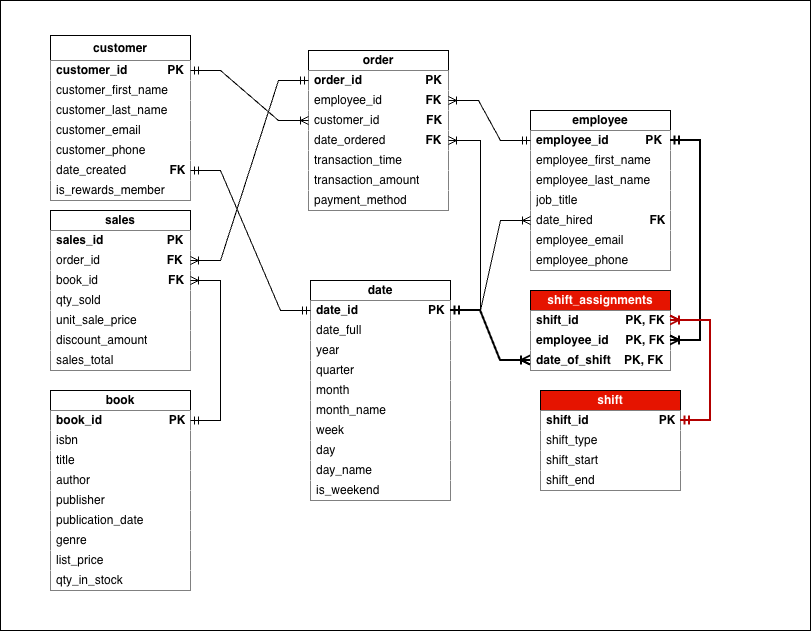
The draw.io diagram 02_activities/assignments/Cohort_8/assignment2_erd_logic.png in UofT-DSI/sql, before a commit. Source tidied: cells renumbered, new cells last; positions are measured from the earlier drawing's top-left corner, leaving out a move shared by most shapes.
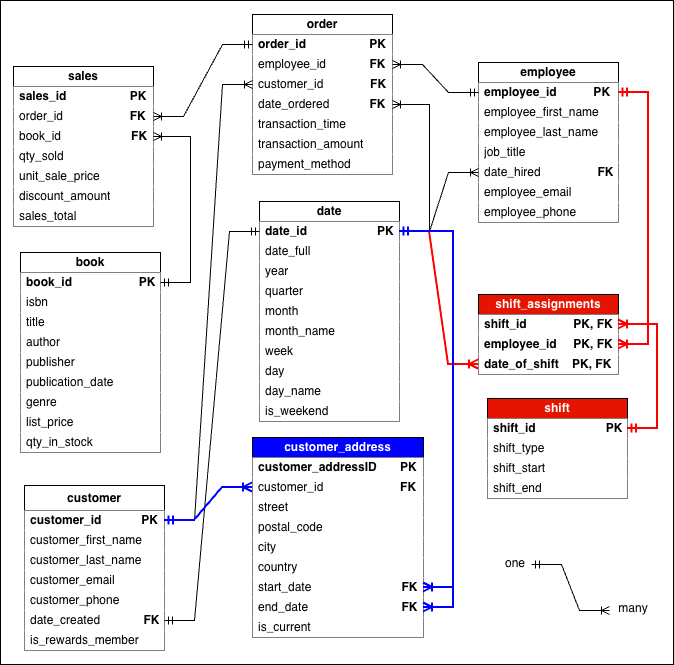
Above is the later version.

Commit message:
Updated answers + ERD for Section 1 Prompt 3

Diff of the diagram source:
```diff
@@ -3,10 +3,10 @@
     <mxCell id="0" />
     <mxCell id="1" parent="0" />
     <mxCell id="2" style="rounded=0;whiteSpace=wrap;html=1;fillColor=light-dark(#FFFFFF,#FFFFFF);" parent="1" vertex="1">
-      <mxGeometry width="810" height="630" as="geometry" />
+      <mxGeometry x="46" y="-47" width="673" height="664" as="geometry" />
     </mxCell>
     <mxCell id="3" value="&lt;b&gt;employee&lt;/b&gt;" style="swimlane;fontStyle=0;horizontal=1;startSize=20;whiteSpace=wrap;html=1;fontColor=light-dark(#000000,#000000);strokeColor=light-dark(#000000,#000000);fillColor=light-dark(#FFFFFF,#FFFFFF);strokeWidth=1;" parent="1" vertex="1">
-      <mxGeometry x="530" y="110" width="140" height="160" as="geometry" />
+      <mxGeometry x="524" y="15" width="140" height="160" as="geometry" />
     </mxCell>
     <mxCell id="4" value="employee_id&amp;nbsp; &amp;nbsp; &amp;nbsp; &amp;nbsp; &amp;nbsp; &amp;nbsp;PK" style="text;strokeColor=none;fillColor=light-dark(#FFFFFF,#FFFFFF);align=left;verticalAlign=middle;spacingLeft=4;spacingRight=4;overflow=hidden;points=[[0,0.5],[1,0.5]];portConstraint=eastwest;whiteSpace=wrap;html=1;fontStyle=1;fontColor=light-dark(#000000,#000000);" parent="3" vertex="1">
       <mxGeometry y="20" width="140" height="20" as="geometry" />
@@ -30,7 +30,7 @@
       <mxGeometry y="140" width="140" height="20" as="geometry" />
     </mxCell>
     <mxCell id="11" value="&lt;b&gt;book&lt;/b&gt;" style="swimlane;fontStyle=0;horizontal=1;startSize=20;whiteSpace=wrap;html=1;fontColor=light-dark(#000000,#000000);strokeColor=light-dark(#000000,#000000);fillColor=light-dark(#FFFFFF,#FFFFFF);strokeWidth=1;" parent="1" vertex="1">
-      <mxGeometry x="50" y="390" width="140" height="200" as="geometry" />
+      <mxGeometry x="66" y="205" width="140" height="200" as="geometry" />
     </mxCell>
     <mxCell id="12" value="book_id&amp;nbsp; &amp;nbsp; &amp;nbsp; &amp;nbsp; &amp;nbsp; &amp;nbsp; &amp;nbsp; &amp;nbsp; &amp;nbsp; &amp;nbsp; PK" style="text;strokeColor=none;fillColor=light-dark(#FFFFFF,#FFFFFF);align=left;verticalAlign=middle;spacingLeft=4;spacingRight=4;overflow=hidden;points=[[0,0.5],[1,0.5]];portConstraint=eastwest;whiteSpace=wrap;html=1;fontStyle=1;fontColor=light-dark(#000000,#000000);" parent="11" vertex="1">
       <mxGeometry y="20" width="140" height="20" as="geometry" />
@@ -60,7 +60,7 @@
       <mxGeometry y="180" width="140" height="20" as="geometry" />
     </mxCell>
     <mxCell id="21" value="&lt;b&gt;customer&lt;/b&gt;" style="swimlane;fontStyle=0;horizontal=1;startSize=25;whiteSpace=wrap;html=1;fontColor=light-dark(#000000,#000000);strokeColor=light-dark(#000000,#000000);fillColor=light-dark(#FFFFFF,#FFFFFF);strokeWidth=1;" parent="1" vertex="1">
-      <mxGeometry x="50" y="35" width="140" height="165" as="geometry" />
+      <mxGeometry x="70" y="438" width="140" height="165" as="geometry" />
     </mxCell>
     <mxCell id="22" value="customer_id&amp;nbsp; &amp;nbsp; &amp;nbsp; &amp;nbsp; &amp;nbsp; &amp;nbsp; PK" style="text;strokeColor=none;fillColor=light-dark(#FFFFFF,#FFFFFF);align=left;verticalAlign=middle;spacingLeft=4;spacingRight=4;overflow=hidden;points=[[0,0.5],[1,0.5]];portConstraint=eastwest;whiteSpace=wrap;html=1;fontStyle=1;fontColor=light-dark(#000000,#000000);" parent="21" vertex="1">
       <mxGeometry y="25" width="140" height="20" as="geometry" />
@@ -84,7 +84,7 @@
       <mxGeometry y="145" width="140" height="20" as="geometry" />
     </mxCell>
     <mxCell id="29" value="&lt;b&gt;date&lt;/b&gt;" style="swimlane;fontStyle=0;horizontal=1;startSize=20;whiteSpace=wrap;html=1;fontColor=light-dark(#000000,#000000);strokeColor=light-dark(#000000,#000000);fillColor=light-dark(#FFFFFF,#FFFFFF);strokeWidth=1;" parent="1" vertex="1">
-      <mxGeometry x="310" y="280" width="140" height="220" as="geometry" />
+      <mxGeometry x="305" y="154" width="140" height="220" as="geometry" />
     </mxCell>
     <mxCell id="30" value="date_id&amp;nbsp; &amp;nbsp; &amp;nbsp; &amp;nbsp; &amp;nbsp; &amp;nbsp; &amp;nbsp; &amp;nbsp; &amp;nbsp; &amp;nbsp; &amp;nbsp;PK" style="text;strokeColor=none;fillColor=light-dark(#FFFFFF,#FFFFFF);align=left;verticalAlign=middle;spacingLeft=4;spacingRight=4;overflow=hidden;points=[[0,0.5],[1,0.5]];portConstraint=eastwest;whiteSpace=wrap;html=1;fontStyle=1;fontColor=light-dark(#000000,#000000);" parent="29" vertex="1">
       <mxGeometry y="20" width="140" height="20" as="geometry" />
@@ -117,7 +117,7 @@
       <mxGeometry y="200" width="140" height="20" as="geometry" />
     </mxCell>
     <mxCell id="40" value="&lt;b&gt;sales&lt;/b&gt;" style="swimlane;fontStyle=0;horizontal=1;startSize=20;whiteSpace=wrap;html=1;fontColor=light-dark(#000000,#000000);strokeColor=light-dark(#000000,#000000);fillColor=light-dark(#FFFFFF,#FFFFFF);strokeWidth=1;" parent="1" vertex="1">
-      <mxGeometry x="50" y="210" width="140" height="160" as="geometry" />
+      <mxGeometry x="59" y="19" width="140" height="160" as="geometry" />
     </mxCell>
     <mxCell id="41" value="sales_id&amp;nbsp; &amp;nbsp; &amp;nbsp; &amp;nbsp; &amp;nbsp; &amp;nbsp; &amp;nbsp; &amp;nbsp; &amp;nbsp; &amp;nbsp;PK" style="text;strokeColor=none;fillColor=light-dark(#FFFFFF,#FFFFFF);align=left;verticalAlign=middle;spacingLeft=4;spacingRight=4;overflow=hidden;whiteSpace=wrap;html=1;fontStyle=1;fontColor=light-dark(#000000,#000000);" parent="40" vertex="1">
       <mxGeometry y="20" width="140" height="20" as="geometry" />
@@ -141,7 +141,7 @@
       <mxGeometry y="140" width="140" height="20" as="geometry" />
     </mxCell>
     <mxCell id="48" value="&lt;b&gt;order&lt;/b&gt;" style="swimlane;fontStyle=0;horizontal=1;startSize=20;whiteSpace=wrap;html=1;fontColor=light-dark(#000000,#000000);strokeColor=light-dark(#000000,#000000);fillColor=light-dark(#FFFFFF,#FFFFFF);strokeWidth=1;" parent="1" vertex="1">
-      <mxGeometry x="308" y="50" width="140" height="160" as="geometry" />
+      <mxGeometry x="298" y="-33" width="140" height="160" as="geometry" />
     </mxCell>
     <mxCell id="49" value="order_id&amp;nbsp; &amp;nbsp; &amp;nbsp; &amp;nbsp; &amp;nbsp; &amp;nbsp; &amp;nbsp; &amp;nbsp; &amp;nbsp; &amp;nbsp;PK" style="text;strokeColor=none;fillColor=light-dark(#FFFFFF,#FFFFFF);align=left;verticalAlign=middle;spacingLeft=4;spacingRight=4;overflow=hidden;points=[[0,0.5],[1,0.5]];portConstraint=eastwest;whiteSpace=wrap;html=1;fontStyle=1;fontColor=light-dark(#000000,#000000);" parent="48" vertex="1">
       <mxGeometry y="20" width="140" height="20" as="geometry" />
@@ -180,7 +180,7 @@
       <mxGeometry relative="1" as="geometry" />
     </mxCell>
     <mxCell id="61" value="&lt;b&gt;shift&lt;/b&gt;" style="swimlane;fontStyle=0;horizontal=1;startSize=20;whiteSpace=wrap;html=1;fontColor=#ffffff;strokeColor=light-dark(#000000,#000000);fillColor=#e51400;strokeWidth=1;" parent="1" vertex="1">
-      <mxGeometry x="540" y="390" width="140" height="100" as="geometry" />
+      <mxGeometry x="533" y="351" width="140" height="100" as="geometry" />
     </mxCell>
     <mxCell id="62" value="shift_id&amp;nbsp; &amp;nbsp; &amp;nbsp; &amp;nbsp; &amp;nbsp; &amp;nbsp; &amp;nbsp; &amp;nbsp; &amp;nbsp; &amp;nbsp; &amp;nbsp;PK" style="text;strokeColor=none;fillColor=light-dark(#FFFFFF,#FFFFFF);align=left;verticalAlign=middle;spacingLeft=4;spacingRight=4;overflow=hidden;points=[[0,0.5],[1,0.5]];portConstraint=eastwest;whiteSpace=wrap;html=1;fontStyle=1;fontColor=light-dark(#000000,#000000);" parent="61" vertex="1">
       <mxGeometry y="20" width="140" height="20" as="geometry" />
@@ -195,7 +195,7 @@
       <mxGeometry y="80" width="140" height="20" as="geometry" />
     </mxCell>
     <mxCell id="66" value="&lt;b&gt;shift_assignments&lt;/b&gt;" style="swimlane;fontStyle=0;horizontal=1;startSize=20;whiteSpace=wrap;html=1;fontColor=#ffffff;strokeColor=light-dark(#000000,#000000);fillColor=#e51400;strokeWidth=1;" parent="1" vertex="1">
-      <mxGeometry x="530" y="290" width="140" height="80" as="geometry" />
+      <mxGeometry x="524" y="247" width="140" height="80" as="geometry" />
     </mxCell>
     <mxCell id="67" value="shift_id&amp;nbsp; &amp;nbsp; &amp;nbsp; &amp;nbsp; &amp;nbsp; &amp;nbsp; &amp;nbsp; PK, FK" style="text;strokeColor=none;fillColor=light-dark(#FFFFFF,#FFFFFF);align=left;verticalAlign=middle;spacingLeft=4;spacingRight=4;overflow=hidden;points=[[0,0.5],[1,0.5]];portConstraint=eastwest;whiteSpace=wrap;html=1;fontStyle=1;fontColor=light-dark(#000000,#000000);" parent="66" vertex="1">
       <mxGeometry y="20" width="140" height="20" as="geometry" />
@@ -206,10 +206,10 @@
     <mxCell id="69" value="&lt;b&gt;date_of_shift&amp;nbsp; &amp;nbsp; PK, FK&lt;/b&gt;" style="text;strokeColor=none;fillColor=light-dark(#FFFFFF,#FFFFFF);align=left;verticalAlign=middle;spacingLeft=4;spacingRight=4;overflow=hidden;points=[[0,0.5],[1,0.5]];portConstraint=eastwest;whiteSpace=wrap;html=1;fontColor=light-dark(#000000,#000000);" parent="66" vertex="1">
       <mxGeometry y="60" width="140" height="20" as="geometry" />
     </mxCell>
-    <mxCell id="70" style="edgeStyle=entityRelationEdgeStyle;fontSize=12;html=1;endArrow=ERoneToMany;startArrow=ERmandOne;rounded=0;strokeColor=light-dark(#000000,#FF0000);strokeWidth=2;" parent="1" edge="1" source="30" target="69">
+    <mxCell id="70" style="edgeStyle=entityRelationEdgeStyle;fontSize=12;html=1;endArrow=ERoneToMany;startArrow=ERmandOne;rounded=0;strokeColor=light-dark(#FF0000,#FF0000);strokeWidth=2;" parent="1" edge="1" source="30" target="69">
       <mxGeometry relative="1" as="geometry" />
     </mxCell>
-    <mxCell id="71" style="edgeStyle=entityRelationEdgeStyle;fontSize=12;html=1;endArrow=ERoneToMany;startArrow=ERmandOne;rounded=0;strokeColor=light-dark(#000000,#FF0000);exitX=1;exitY=0.5;exitDx=0;exitDy=0;strokeWidth=2;" parent="1" edge="1" source="4" target="68">
+    <mxCell id="71" style="edgeStyle=entityRelationEdgeStyle;fontSize=12;html=1;endArrow=ERoneToMany;startArrow=ERmandOne;rounded=0;strokeColor=light-dark(#FF0000,#FF0000);exitX=1;exitY=0.5;exitDx=0;exitDy=0;strokeWidth=2;" parent="1" edge="1" source="4" target="68">
       <mxGeometry relative="1" as="geometry" />
     </mxCell>
     <mxCell id="72" style="edgeStyle=entityRelationEdgeStyle;fontSize=12;html=1;endArrow=ERoneToMany;startArrow=ERmandOne;rounded=0;strokeColor=light-dark(#000000,#000000);" parent="1" edge="1" source="30" target="52">
@@ -218,8 +218,59 @@
     <mxCell id="73" style="edgeStyle=entityRelationEdgeStyle;fontSize=12;html=1;endArrow=ERoneToMany;startArrow=ERmandOne;rounded=0;strokeColor=light-dark(#000000,#000000);entryX=1;entryY=0.5;entryDx=0;entryDy=0;" parent="1" edge="1" source="12" target="43">
       <mxGeometry relative="1" as="geometry" />
     </mxCell>
-    <mxCell id="74" style="edgeStyle=entityRelationEdgeStyle;fontSize=12;html=1;endArrow=ERoneToMany;startArrow=ERmandOne;rounded=0;strokeColor=light-dark(#B20000,#FF0000);fillColor=#e51400;strokeWidth=2;" parent="1" edge="1" source="62" target="67">
+    <mxCell id="74" style="edgeStyle=entityRelationEdgeStyle;fontSize=12;html=1;endArrow=ERoneToMany;startArrow=ERmandOne;rounded=0;strokeColor=light-dark(#FF0000,#F00000);fillColor=#e51400;strokeWidth=2;" parent="1" edge="1" source="62" target="67">
       <mxGeometry relative="1" as="geometry" />
     </mxCell>
+    <mxCell id="75" style="edgeStyle=entityRelationEdgeStyle;fontSize=12;html=1;endArrow=ERoneToMany;startArrow=ERmandOne;rounded=0;strokeColor=light-dark(#000000,#000000);strokeWidth=1;" parent="1" edge="1">
+      <mxGeometry relative="1" as="geometry">
+        <mxPoint x="577" y="517" as="sourcePoint" />
+        <mxPoint x="655" y="563" as="targetPoint" />
+      </mxGeometry>
+    </mxCell>
+    <mxCell id="76" value="one" style="text;html=1;whiteSpace=wrap;strokeColor=none;fillColor=none;align=center;verticalAlign=middle;rounded=0;fontColor=light-dark(#000000,#000000);" parent="1" vertex="1">
+      <mxGeometry x="531" y="501" width="60" height="30" as="geometry" />
+    </mxCell>
+    <mxCell id="77" value="many" style="text;html=1;whiteSpace=wrap;strokeColor=none;fillColor=none;align=center;verticalAlign=middle;rounded=0;fontColor=light-dark(#000000,#000000);" parent="1" vertex="1">
+      <mxGeometry x="649" y="546" width="60" height="30" as="geometry" />
+    </mxCell>
+    <mxCell id="78" value="&lt;b&gt;customer_address&lt;/b&gt;" style="swimlane;fontStyle=0;horizontal=1;startSize=20;whiteSpace=wrap;html=1;fontColor=light-dark(#FFFFFF,#FFFFFF);strokeColor=light-dark(#000000,#000000);fillColor=light-dark(#0000FF,#0000FF);strokeWidth=1;fillStyle=auto;" parent="1" vertex="1">
+      <mxGeometry x="298" y="390" width="171" height="200" as="geometry" />
+    </mxCell>
+    <mxCell id="79" value="customer_addressID&amp;nbsp; &amp;nbsp; &amp;nbsp; &amp;nbsp;PK" style="text;strokeColor=none;fillColor=light-dark(#FFFFFF,#FFFFFF);align=left;verticalAlign=middle;spacingLeft=4;spacingRight=4;overflow=hidden;whiteSpace=wrap;html=1;fontStyle=1;fontColor=light-dark(#000000,#000000);" parent="78" vertex="1">
+      <mxGeometry y="20" width="171" height="20" as="geometry" />
+    </mxCell>
+    <mxCell id="80" value="&lt;span style=&quot;font-weight: normal;&quot;&gt;customer_id&amp;nbsp;&amp;nbsp;&lt;/span&gt;&amp;nbsp; &amp;nbsp; &amp;nbsp; &amp;nbsp; &amp;nbsp; &amp;nbsp; &amp;nbsp; &amp;nbsp; &amp;nbsp; &amp;nbsp; &amp;nbsp;FK" style="text;strokeColor=none;fillColor=light-dark(#FFFFFF,#FFFFFF);align=left;verticalAlign=middle;spacingLeft=4;spacingRight=4;overflow=hidden;points=[[0,0.5],[1,0.5]];portConstraint=eastwest;whiteSpace=wrap;html=1;fontColor=light-dark(#000000,#000000);fontStyle=1;" parent="78" vertex="1">
+      <mxGeometry y="40" width="171" height="20" as="geometry" />
+    </mxCell>
+    <mxCell id="81" value="street" style="text;strokeColor=none;fillColor=light-dark(#FFFFFF,#FFFFFF);align=left;verticalAlign=middle;spacingLeft=4;spacingRight=4;overflow=hidden;whiteSpace=wrap;html=1;fontColor=light-dark(#000000,#000000);" parent="78" vertex="1">
+      <mxGeometry y="60" width="171" height="20" as="geometry" />
+    </mxCell>
+    <mxCell id="82" value="postal_code" style="text;strokeColor=none;fillColor=light-dark(#FFFFFF,#FFFFFF);align=left;verticalAlign=middle;spacingLeft=4;spacingRight=4;overflow=hidden;whiteSpace=wrap;html=1;fontColor=light-dark(#000000,#000000);" parent="78" vertex="1">
+      <mxGeometry y="80" width="171" height="20" as="geometry" />
+    </mxCell>
+    <mxCell id="83" value="city" style="text;strokeColor=none;fillColor=light-dark(#FFFFFF,#FFFFFF);align=left;verticalAlign=middle;spacingLeft=4;spacingRight=4;overflow=hidden;whiteSpace=wrap;html=1;fontColor=light-dark(#000000,#000000);" parent="78" vertex="1">
+      <mxGeometry y="100" width="171" height="20" as="geometry" />
+    </mxCell>
+    <mxCell id="84" value="country" style="text;strokeColor=none;fillColor=light-dark(#FFFFFF,#FFFFFF);align=left;verticalAlign=middle;spacingLeft=4;spacingRight=4;overflow=hidden;whiteSpace=wrap;html=1;fontColor=light-dark(#000000,#000000);" parent="78" vertex="1">
+      <mxGeometry y="120" width="171" height="20" as="geometry" />
+    </mxCell>
+    <mxCell id="85" value="start_date&amp;nbsp; &amp;nbsp; &amp;nbsp; &amp;nbsp; &amp;nbsp; &amp;nbsp; &amp;nbsp; &amp;nbsp; &amp;nbsp; &amp;nbsp; &amp;nbsp; &amp;nbsp; &amp;nbsp; &amp;nbsp;&lt;b&gt;FK&lt;/b&gt;" style="text;strokeColor=none;fillColor=light-dark(#FFFFFF,#FFFFFF);align=left;verticalAlign=middle;spacingLeft=4;spacingRight=4;overflow=hidden;points=[[0,0.5],[1,0.5]];portConstraint=eastwest;whiteSpace=wrap;html=1;fontColor=light-dark(#000000,#000000);" parent="78" vertex="1">
+      <mxGeometry y="140" width="171" height="20" as="geometry" />
+    </mxCell>
+    <mxCell id="86" value="end_date&amp;nbsp; &amp;nbsp; &amp;nbsp; &amp;nbsp; &amp;nbsp; &amp;nbsp; &amp;nbsp; &amp;nbsp; &amp;nbsp; &amp;nbsp; &amp;nbsp; &amp;nbsp; &amp;nbsp; &amp;nbsp;&amp;nbsp;&lt;b&gt;FK&lt;/b&gt;" style="text;strokeColor=none;fillColor=light-dark(#FFFFFF,#FFFFFF);align=left;verticalAlign=middle;spacingLeft=4;spacingRight=4;overflow=hidden;points=[[0,0.5],[1,0.5]];portConstraint=eastwest;whiteSpace=wrap;html=1;fontColor=light-dark(#000000,#000000);" parent="78" vertex="1">
+      <mxGeometry y="160" width="171" height="20" as="geometry" />
+    </mxCell>
+    <mxCell id="87" value="is_current" style="text;strokeColor=none;fillColor=light-dark(#FFFFFF,#FFFFFF);align=left;verticalAlign=middle;spacingLeft=4;spacingRight=4;overflow=hidden;whiteSpace=wrap;html=1;fontColor=light-dark(#000000,#000000);" parent="78" vertex="1">
+      <mxGeometry y="180" width="171" height="20" as="geometry" />
+    </mxCell>
+    <mxCell id="88" style="edgeStyle=entityRelationEdgeStyle;fontSize=12;html=1;endArrow=ERoneToMany;startArrow=ERmandOne;rounded=0;strokeColor=light-dark(#0000FF,#0000FF);strokeWidth=2;" parent="1" edge="1" source="30" target="85">
+      <mxGeometry relative="1" as="geometry" />
+    </mxCell>
+    <mxCell id="89" style="edgeStyle=entityRelationEdgeStyle;fontSize=12;html=1;endArrow=ERmandOne;startArrow=ERoneToMany;rounded=0;strokeColor=light-dark(#0000FC,#0000FF);startFill=0;endFill=0;exitX=0;exitY=0.5;exitDx=0;exitDy=0;strokeWidth=2;" parent="1" edge="1" source="80" target="22">
+      <mxGeometry relative="1" as="geometry" />
+    </mxCell>
+    <mxCell id="90" style="edgeStyle=entityRelationEdgeStyle;fontSize=12;html=1;endArrow=ERoneToMany;startArrow=ERmandOne;rounded=0;strokeColor=light-dark(#0000FF,#0000FF);strokeWidth=2;" parent="1" edge="1" source="30" target="86">
+      <mxGeometry relative="1" as="geometry" />
+    </mxCell>
   </root>
 </mxGraphModel>
```
